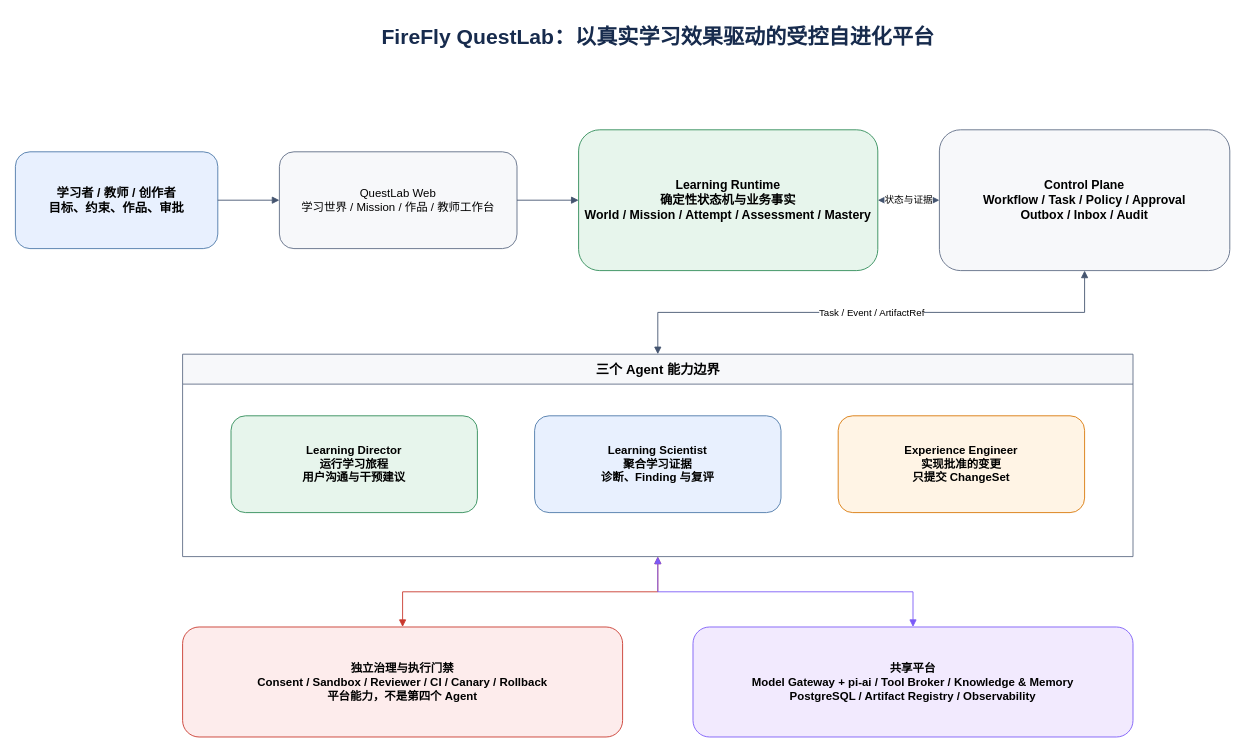
Before: page "01-产品与系统上下文" (1 of 8) of FireFly-QuestLab-目标架构-v3.drawio in Qfish-417/Firefly, a draw.io diagram. Source tidied: cells renumbered, new cells numbered last; positions are measured from the earlier drawing's top-left corner, leaving out a move shared by most shapes. Both pictures are drawn from the tidied source at 88%, with x=0, y=0 at pixel (15, 15).
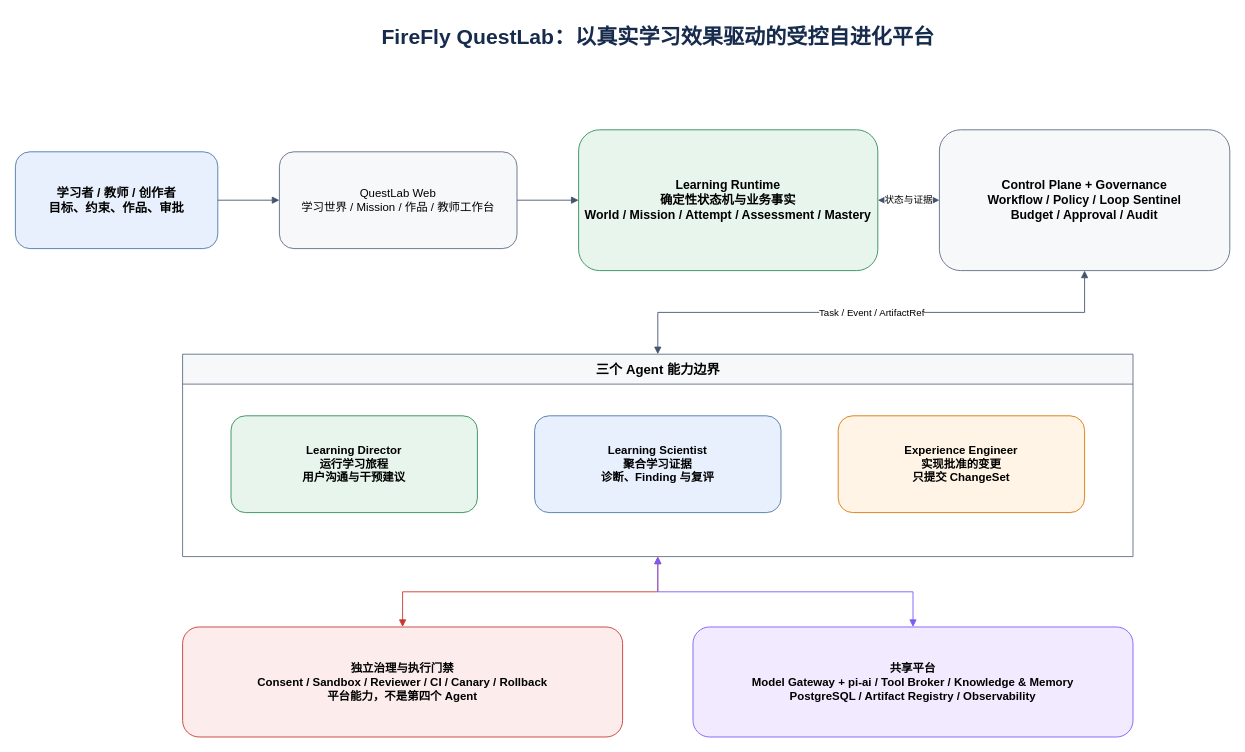
The same diagram, later.

What changed in the source:
```diff
@@
 <mxGraphModel>
   <root>
     <mxCell id="0" />
     <mxCell id="1" parent="0" />
     <mxCell id="2" value="FireFly QuestLab：以真实学习效果驱动的受控自进化平台" style="text;html=1;align=center;verticalAlign=middle;fontSize=24;fontStyle=1;fontColor=#172B4D;" parent="1" vertex="1">
       <mxGeometry x="150" width="1160" height="50" as="geometry" />
     </mxCell>
     <mxCell id="3" value="学习者 / 教师 / 创作者&#10;目标、约束、作品、审批" style="rounded=1;whiteSpace=wrap;html=1;fillColor=#E8F0FE;strokeColor=#4C78A8;fontSize=14;fontStyle=1;" parent="1" vertex="1">
       <mxGeometry y="155" width="230" height="110" as="geometry" />
     </mxCell>
     <mxCell id="4" value="QuestLab Web&#10;学习世界 / Mission / 作品 / 教师工作台" style="rounded=1;whiteSpace=wrap;html=1;fillColor=#F7F8FA;strokeColor=#5E6C84;fontSize=13;" parent="1" vertex="1">
       <mxGeometry x="300" y="155" width="270" height="110" as="geometry" />
     </mxCell>
     <mxCell id="5" value="Learning Runtime&#10;确定性状态机与业务事实&#10;World / Mission / Attempt / Assessment / Mastery" style="rounded=1;whiteSpace=wrap;html=1;fillColor=#E7F5EC;strokeColor=#2E8B57;fontSize=14;fontStyle=1;" parent="1" vertex="1">
       <mxGeometry x="640" y="130" width="340" height="160" as="geometry" />
     </mxCell>
-    <mxCell id="6" value="Control Plane&#10;Workflow / Task / Policy / Approval&#10;Outbox / Inbox / Audit" style="rounded=1;whiteSpace=wrap;html=1;fillColor=#F7F8FA;strokeColor=#5E6C84;fontSize=14;fontStyle=1;" parent="1" vertex="1">
+    <mxCell id="6" value="Control Plane + Governance&#10;Workflow / Policy / Loop Sentinel&#10;Budget / Approval / Audit" style="rounded=1;whiteSpace=wrap;html=1;fillColor=#F7F8FA;strokeColor=#5E6C84;fontSize=14;fontStyle=1;" parent="1" vertex="1">
       <mxGeometry x="1050" y="130" width="330" height="160" as="geometry" />
     </mxCell>
     <mxCell id="7" value="三个 Agent 能力边界" style="swimlane;html=1;horizontal=1;startSize=34;fillColor=#F7F8FA;strokeColor=#5E6C84;fontSize=15;fontStyle=1;" parent="1" vertex="1">
       <mxGeometry x="190" y="385" width="1080" height="230" as="geometry" />
     </mxCell>
     <mxCell id="8" value="Learning Director&#10;运行学习旅程&#10;用户沟通与干预建议" style="rounded=1;whiteSpace=wrap;html=1;fillColor=#E7F5EC;strokeColor=#2E8B57;fontSize=13;fontStyle=1;" parent="7" vertex="1">
       <mxGeometry x="55" y="70" width="280" height="110" as="geometry" />
     </mxCell>
     <mxCell id="9" value="Learning Scientist&#10;聚合学习证据&#10;诊断、Finding 与复评" style="rounded=1;whiteSpace=wrap;html=1;fillColor=#E8F0FE;strokeColor=#4C78A8;fontSize=13;fontStyle=1;" parent="7" vertex="1">
       <mxGeometry x="400" y="70" width="280" height="110" as="geometry" />
     </mxCell>
     <mxCell id="10" value="Experience Engineer&#10;实现批准的变更&#10;只提交 ChangeSet" style="rounded=1;whiteSpace=wrap;html=1;fillColor=#FFF4E5;strokeColor=#D97706;fontSize=13;fontStyle=1;" parent="7" vertex="1">
       <mxGeometry x="745" y="70" width="280" height="110" as="geometry" />
     </mxCell>
     <mxCell id="11" value="独立治理与执行门禁&#10;Consent / Sandbox / Reviewer / CI / Canary / Rollback&#10;平台能力，不是第四个 Agent" style="rounded=1;whiteSpace=wrap;html=1;fillColor=#FDECEC;strokeColor=#C9372C;fontSize=13;fontStyle=1;" parent="1" vertex="1">
       <mxGeometry x="190" y="695" width="500" height="125" as="geometry" />
     </mxCell>
     <mxCell id="12" value="共享平台&#10;Model Gateway + pi-ai / Tool Broker / Knowledge &amp; Memory&#10;PostgreSQL / Artifact Registry / Observability" style="rounded=1;whiteSpace=wrap;html=1;fillColor=#F2EAFE;strokeColor=#7A5AF8;fontSize=13;fontStyle=1;" parent="1" vertex="1">
       <mxGeometry x="770" y="695" width="500" height="125" as="geometry" />
     </mxCell>
     <mxCell id="13" style="edgeStyle=orthogonalEdgeStyle;rounded=0;html=1;endArrow=block;strokeColor=#44546F;" parent="1" edge="1" source="3" target="4">
       <mxGeometry relative="1" as="geometry" />
     </mxCell>
     <mxCell id="14" style="edgeStyle=orthogonalEdgeStyle;rounded=0;html=1;endArrow=block;strokeColor=#44546F;" parent="1" edge="1" source="4" target="5">
       <mxGeometry relative="1" as="geometry" />
     </mxCell>
     <mxCell id="15" value="状态与证据" style="edgeStyle=orthogonalEdgeStyle;rounded=0;html=1;endArrow=block;startArrow=block;strokeColor=#44546F;" parent="1" edge="1" source="5" target="6">
       <mxGeometry relative="1" as="geometry" />
     </mxCell>
     <mxCell id="16" value="Task / Event / ArtifactRef" style="edgeStyle=orthogonalEdgeStyle;rounded=0;html=1;endArrow=block;startArrow=block;strokeColor=#44546F;" parent="1" edge="1" source="6" target="7">
       <mxGeometry relative="1" as="geometry" />
     </mxCell>
     <mxCell id="17" style="edgeStyle=orthogonalEdgeStyle;rounded=0;html=1;endArrow=block;startArrow=block;strokeColor=#C9372C;" parent="1" edge="1" source="7" target="11">
       <mxGeometry relative="1" as="geometry" />
     </mxCell>
     <mxCell id="18" style="edgeStyle=orthogonalEdgeStyle;rounded=0;html=1;endArrow=block;startArrow=block;strokeColor=#7A5AF8;" parent="1" edge="1" source="7" target="12">
       <mxGeometry relative="1" as="geometry" />
     </mxCell>
   </root>
 </mxGraphModel>
```
